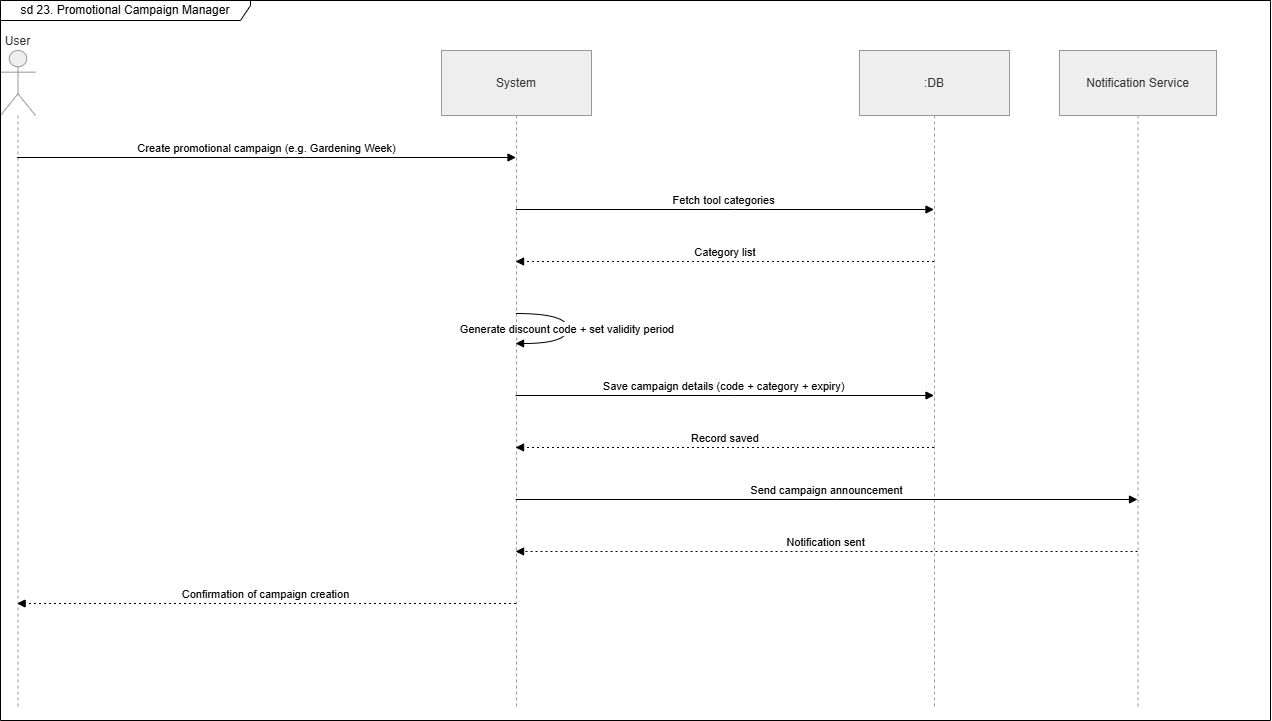
This is SE Project/Sequence Diagrams/seq(23).drawio.png from M7moudAbdallah01/P2P-Specialized-Tool-Library-SE1-, a draw.io export, as it was before one commit. Source tidied: cells renumbered, new cells last; positions are measured from the earlier drawing's top-left corner, leaving out a move shared by most shapes.
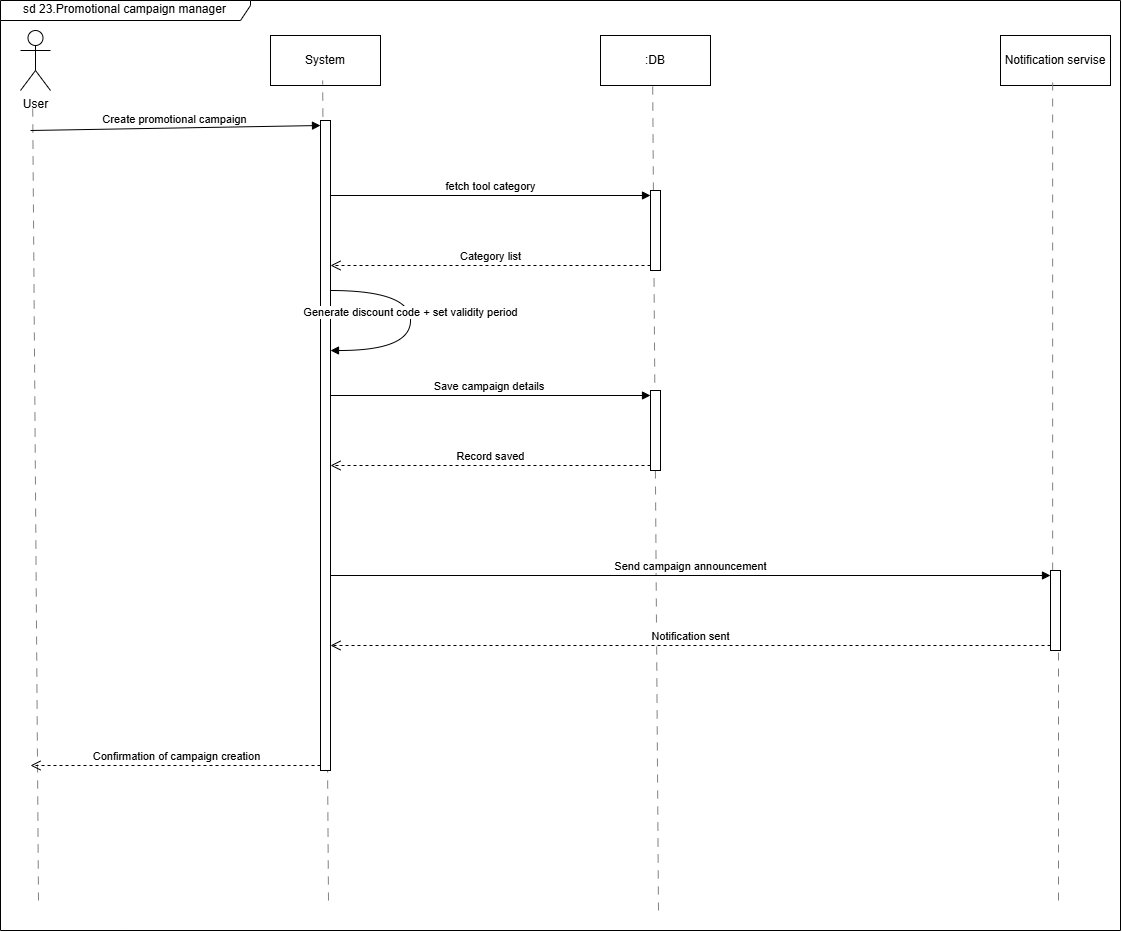
Later version of the same file.

What changed in the source:
```diff
@@ -2,84 +2,106 @@
   <root>
     <mxCell id="0" />
     <mxCell id="1" parent="0" />
-    <mxCell id="2" value="User" style="shape=umlLifeline;perimeter=lifelinePerimeter;whiteSpace=wrap;outlineConnect=0;portConstraint=eastwest;newEdgeStyle={&quot;edgeStyle&quot;:&quot;elbowEdgeStyle&quot;,&quot;elbow&quot;:&quot;vertical&quot;,&quot;curved&quot;:0,&quot;rounded&quot;:0};participant=umlActor;verticalAlign=bottom;labelPosition=center;verticalLabelPosition=top;align=center;size=65;fillColor=light-dark(#eeeeee,#1f2020);strokeColor=light-dark(#999999,#cccccc);fontColor=light-dark(#333333,#cccccc);" parent="1" vertex="1">
-      <mxGeometry y="50" width="35" height="658" as="geometry" />
+    <mxCell id="2" value="User" style="shape=umlActor;verticalLabelPosition=bottom;verticalAlign=top;html=1;" parent="1" vertex="1">
+      <mxGeometry x="30" y="70" width="30" height="60" as="geometry" />
     </mxCell>
-    <mxCell id="3" value="System" style="shape=umlLifeline;perimeter=lifelinePerimeter;whiteSpace=wrap;outlineConnect=0;portConstraint=eastwest;newEdgeStyle={&quot;edgeStyle&quot;:&quot;elbowEdgeStyle&quot;,&quot;elbow&quot;:&quot;vertical&quot;,&quot;curved&quot;:0,&quot;rounded&quot;:0};size=65;fillColor=light-dark(#eeeeee,#1f2020);strokeColor=light-dark(#999999,#cccccc);fontColor=light-dark(#333333,#cccccc);" parent="1" vertex="1">
-      <mxGeometry x="441" y="50" width="150" height="658" as="geometry" />
+    <mxCell id="3" value="System" style="html=1;whiteSpace=wrap;" parent="1" vertex="1">
+      <mxGeometry x="280" y="75" width="110" height="50" as="geometry" />
     </mxCell>
-    <mxCell id="4" value=":DB" style="shape=umlLifeline;perimeter=lifelinePerimeter;whiteSpace=wrap;outlineConnect=0;portConstraint=eastwest;newEdgeStyle={&quot;edgeStyle&quot;:&quot;elbowEdgeStyle&quot;,&quot;elbow&quot;:&quot;vertical&quot;,&quot;curved&quot;:0,&quot;rounded&quot;:0};size=65;fillColor=light-dark(#eeeeee,#1f2020);strokeColor=light-dark(#999999,#cccccc);fontColor=light-dark(#333333,#cccccc);" parent="1" vertex="1">
-      <mxGeometry x="859" y="50" width="150" height="658" as="geometry" />
+    <mxCell id="4" value=":DB" style="html=1;whiteSpace=wrap;" parent="1" vertex="1">
+      <mxGeometry x="610" y="75" width="110" height="50" as="geometry" />
     </mxCell>
-    <mxCell id="5" value="Notification Service" style="shape=umlLifeline;perimeter=lifelinePerimeter;whiteSpace=wrap;outlineConnect=0;portConstraint=eastwest;newEdgeStyle={&quot;edgeStyle&quot;:&quot;elbowEdgeStyle&quot;,&quot;elbow&quot;:&quot;vertical&quot;,&quot;curved&quot;:0,&quot;rounded&quot;:0};size=65;fillColor=light-dark(#eeeeee,#1f2020);strokeColor=light-dark(#999999,#cccccc);fontColor=light-dark(#333333,#cccccc);" parent="1" vertex="1">
-      <mxGeometry x="1059" y="50" width="157" height="658" as="geometry" />
-    </mxCell>
-    <mxCell id="6" value="Create promotional campaign (e.g. Gardening Week)" style="verticalAlign=bottom;edgeStyle=elbowEdgeStyle;elbow=vertical;curved=0;rounded=0;endArrow=block;" parent="1" edge="1" source="2" target="3">
-      <mxGeometry relative="1" as="geometry">
-        <Array as="points">
-          <mxPoint x="304" y="157" />
-        </Array>
-      </mxGeometry>
-    </mxCell>
-    <mxCell id="7" value="Fetch tool categories" style="verticalAlign=bottom;edgeStyle=elbowEdgeStyle;elbow=vertical;curved=0;rounded=0;endArrow=block;" parent="1" edge="1" source="3" target="4">
-      <mxGeometry relative="1" as="geometry">
-        <Array as="points">
-          <mxPoint x="734" y="209" />
-        </Array>
-      </mxGeometry>
-    </mxCell>
+    <mxCell id="16" value="Notification servise" style="html=1;whiteSpace=wrap;" parent="1" vertex="1">
+      <mxGeometry x="1010" y="75" width="110" height="50" as="geometry" />
+    </mxCell>
+    <mxCell id="17" style="endArrow=none;html=1;rounded=0;dashed=1;dashPattern=8 8;strokeColor=light-dark(#838181, #ededed);" parent="1" edge="1">
+      <mxGeometry relative="1" as="geometry">
+        <mxPoint x="48" y="940" as="sourcePoint" />
+        <mxPoint x="42.1" y="140" as="targetPoint" />
+      </mxGeometry>
+    </mxCell>
+    <mxCell id="18" style="endArrow=none;html=1;rounded=0;dashed=1;dashPattern=8 8;strokeColor=light-dark(#838181, #ededed);" parent="1" edge="1">
+      <mxGeometry relative="1" as="geometry">
+        <mxPoint x="338" y="940" as="sourcePoint" />
+        <mxPoint x="332.1" y="120" as="targetPoint" />
+      </mxGeometry>
+    </mxCell>
+    <mxCell id="19" style="endArrow=none;html=1;rounded=0;dashed=1;dashPattern=8 8;strokeColor=light-dark(#838181, #ededed);" parent="1" edge="1">
+      <mxGeometry relative="1" as="geometry">
+        <mxPoint x="668" y="950" as="sourcePoint" />
+        <mxPoint x="662.1" y="120" as="targetPoint" />
+      </mxGeometry>
+    </mxCell>
+    <mxCell id="20" style="endArrow=none;html=1;rounded=0;dashed=1;dashPattern=8 8;strokeColor=light-dark(#838181, #ededed);" parent="1" edge="1" source="28">
+      <mxGeometry relative="1" as="geometry">
+        <mxPoint x="1062.2" y="120" as="targetPoint" />
+      </mxGeometry>
+    </mxCell>
+    <mxCell id="21" style="html=1;points=[[0,0,0,0,5],[0,1,0,0,-5],[1,0,0,0,5],[1,1,0,0,-5]];perimeter=orthogonalPerimeter;outlineConnect=0;targetShapes=umlLifeline;portConstraint=eastwest;newEdgeStyle={&quot;curved&quot;:0,&quot;rounded&quot;:0};" parent="1" vertex="1">
+      <mxGeometry x="330" y="160" width="10" height="650" as="geometry" />
+    </mxCell>
+    <mxCell id="22" value="Create promotional campaign" style="html=1;verticalAlign=bottom;endArrow=block;curved=0;rounded=0;entryX=0;entryY=0;entryDx=0;entryDy=5;" parent="1" edge="1" target="21">
+      <mxGeometry relative="1" as="geometry">
+        <mxPoint x="40" y="170" as="sourcePoint" />
+      </mxGeometry>
+    </mxCell>
+    <mxCell id="14" value="Confirmation of campaign creation" style="html=1;verticalAlign=bottom;endArrow=open;dashed=1;endSize=8;curved=0;rounded=0;exitX=0;exitY=1;exitDx=0;exitDy=-5;exitPerimeter=0;" parent="1" edge="1" source="21">
+      <mxGeometry relative="1" as="geometry">
+        <mxPoint x="40" y="805" as="targetPoint" />
+      </mxGeometry>
+    </mxCell>
+    <mxCell id="23" style="html=1;points=[[0,0,0,0,5],[0,1,0,0,-5],[1,0,0,0,5],[1,1,0,0,-5]];perimeter=orthogonalPerimeter;outlineConnect=0;targetShapes=umlLifeline;portConstraint=eastwest;newEdgeStyle={&quot;curved&quot;:0,&quot;rounded&quot;:0};" parent="1" vertex="1">
+      <mxGeometry x="660" y="230" width="10" height="80" as="geometry" />
+    </mxCell>
+    <mxCell id="24" value="fetch tool category" style="html=1;verticalAlign=bottom;endArrow=block;curved=0;rounded=0;entryX=0;entryY=0;entryDx=0;entryDy=5;" parent="1" edge="1" source="21" target="23">
+      <mxGeometry relative="1" as="geometry" />
+    </mxCell>
-    <mxCell id="8" value="Category list" style="verticalAlign=bottom;edgeStyle=elbowEdgeStyle;elbow=vertical;curved=0;rounded=0;dashed=1;dashPattern=2 3;endArrow=block;" parent="1" edge="1" source="4" target="3">
-      <mxGeometry relative="1" as="geometry">
-        <Array as="points">
-          <mxPoint x="737" y="261" />
-        </Array>
-      </mxGeometry>
+    <mxCell id="8" value="Category list" style="html=1;verticalAlign=bottom;endArrow=open;dashed=1;endSize=8;curved=0;rounded=0;exitX=0;exitY=1;exitDx=0;exitDy=-5;" parent="1" edge="1" source="23" target="21">
+      <mxGeometry relative="1" as="geometry" />
     </mxCell>
-    <mxCell id="9" value="Generate discount code + set validity period" style="curved=1;endArrow=block;" parent="1" edge="1" source="3" target="3">
+    <mxCell id="9" value="Generate discount code + set validity period" style="html=1;verticalAlign=bottom;endArrow=block;rounded=0;edgeStyle=orthogonalEdgeStyle;curved=1;" parent="1" edge="1">
       <mxGeometry relative="1" as="geometry">
+        <mxPoint x="340" y="330" as="sourcePoint" />
+        <mxPoint x="340" y="390" as="targetPoint" />
         <Array as="points">
-          <mxPoint x="567" y="313" />
-          <mxPoint x="567" y="343" />
+          <mxPoint x="420" y="330" />
+          <mxPoint x="420" y="390" />
         </Array>
       </mxGeometry>
     </mxCell>
-    <mxCell id="10" value="Save campaign details (code + category + expiry)" style="verticalAlign=bottom;edgeStyle=elbowEdgeStyle;elbow=vertical;curved=0;rounded=0;endArrow=block;" parent="1" edge="1" source="3" target="4">
-      <mxGeometry relative="1" as="geometry">
-        <Array as="points">
-          <mxPoint x="734" y="395" />
-        </Array>
-      </mxGeometry>
-    </mxCell>
+    <mxCell id="25" style="html=1;points=[[0,0,0,0,5],[0,1,0,0,-5],[1,0,0,0,5],[1,1,0,0,-5]];perimeter=orthogonalPerimeter;outlineConnect=0;targetShapes=umlLifeline;portConstraint=eastwest;newEdgeStyle={&quot;curved&quot;:0,&quot;rounded&quot;:0};" parent="1" vertex="1">
+      <mxGeometry x="660" y="430" width="10" height="80" as="geometry" />
+    </mxCell>
+    <mxCell id="26" value="Save campaign details&amp;nbsp;" style="html=1;verticalAlign=bottom;endArrow=block;curved=0;rounded=0;entryX=0;entryY=0;entryDx=0;entryDy=5;" parent="1" edge="1" target="25">
+      <mxGeometry relative="1" as="geometry">
+        <mxPoint x="340" y="435" as="sourcePoint" />
+      </mxGeometry>
+    </mxCell>
-    <mxCell id="11" value="Record saved" style="verticalAlign=bottom;edgeStyle=elbowEdgeStyle;elbow=vertical;curved=0;rounded=0;dashed=1;dashPattern=2 3;endArrow=block;" parent="1" edge="1" source="4" target="3">
+    <mxCell id="11" value="Record saved" style="html=1;verticalAlign=bottom;endArrow=open;dashed=1;endSize=8;curved=0;rounded=0;exitX=0;exitY=1;exitDx=0;exitDy=-5;" parent="1" edge="1" source="25">
       <mxGeometry relative="1" as="geometry">
-        <Array as="points">
-          <mxPoint x="737" y="447" />
-        </Array>
+        <mxPoint x="340" y="505" as="targetPoint" />
       </mxGeometry>
     </mxCell>
-    <mxCell id="12" value="Send campaign announcement" style="verticalAlign=bottom;edgeStyle=elbowEdgeStyle;elbow=vertical;curved=0;rounded=0;endArrow=block;" parent="1" edge="1" source="3" target="5">
+    <mxCell id="12" value="Send campaign announcement" style="html=1;verticalAlign=bottom;endArrow=block;curved=0;rounded=0;entryX=0;entryY=0;entryDx=0;entryDy=5;" parent="1" edge="1" target="28">
       <mxGeometry relative="1" as="geometry">
-        <Array as="points">
-          <mxPoint x="835" y="499" />
-        </Array>
+        <mxPoint x="340" y="615" as="sourcePoint" />
       </mxGeometry>
     </mxCell>
-    <mxCell id="13" value="Notification sent" style="verticalAlign=bottom;edgeStyle=elbowEdgeStyle;elbow=vertical;curved=0;rounded=0;dashed=1;dashPattern=2 3;endArrow=block;" parent="1" edge="1" source="5" target="3">
+    <mxCell id="13" value="Notification sent" style="html=1;verticalAlign=bottom;endArrow=open;dashed=1;endSize=8;curved=0;rounded=0;exitX=0;exitY=1;exitDx=0;exitDy=-5;" parent="1" edge="1" source="28">
       <mxGeometry relative="1" as="geometry">
-        <Array as="points">
-          <mxPoint x="838" y="551" />
-        </Array>
+        <mxPoint x="340" y="685" as="targetPoint" />
       </mxGeometry>
     </mxCell>
-    <mxCell id="14" value="Confirmation of campaign creation" style="verticalAlign=bottom;edgeStyle=elbowEdgeStyle;elbow=vertical;curved=0;rounded=0;dashed=1;dashPattern=2 3;endArrow=block;" parent="1" edge="1" source="3" target="2">
-      <mxGeometry relative="1" as="geometry">
-        <Array as="points">
-          <mxPoint x="307" y="603" />
-        </Array>
-      </mxGeometry>
-    </mxCell>
-    <mxCell id="15" value="sd 23. Promotional Campaign Manager" style="shape=umlFrame;whiteSpace=wrap;html=1;width=250;height=20;" parent="1" vertex="1">
-      <mxGeometry width="1270" height="720" as="geometry" />
-    </mxCell>
+    <mxCell id="27" style="endArrow=none;html=1;rounded=0;dashed=1;dashPattern=8 8;strokeColor=light-dark(#838181, #ededed);" parent="1" edge="1" target="28">
+      <mxGeometry relative="1" as="geometry">
+        <mxPoint x="1068" y="940" as="sourcePoint" />
+      </mxGeometry>
+    </mxCell>
+    <mxCell id="28" style="html=1;points=[[0,0,0,0,5],[0,1,0,0,-5],[1,0,0,0,5],[1,1,0,0,-5]];perimeter=orthogonalPerimeter;outlineConnect=0;targetShapes=umlLifeline;portConstraint=eastwest;newEdgeStyle={&quot;curved&quot;:0,&quot;rounded&quot;:0};" parent="1" vertex="1">
+      <mxGeometry x="1060" y="610" width="10" height="80" as="geometry" />
+    </mxCell>
+    <mxCell id="29" value="sd 23.Promotional campaign manager" style="shape=umlFrame;whiteSpace=wrap;html=1;width=250;height=20;" parent="1" vertex="1">
+      <mxGeometry x="10" y="40" width="1120" height="930" as="geometry" />
+    </mxCell>
   </root>
 </mxGraphModel>
```
